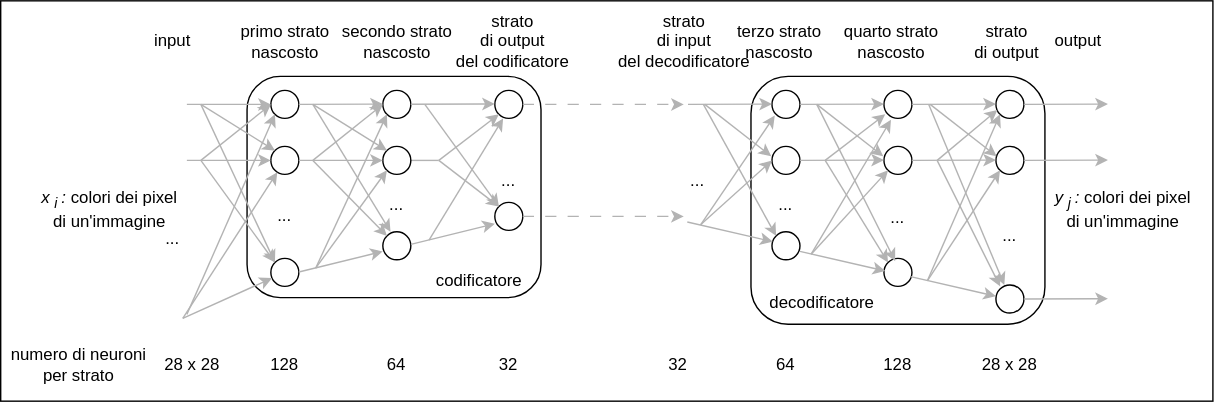
The draw.io diagram chatting/tutorial/autoencoder.drawio.svg in lmari/lmari.github.io, before a commit. Source tidied: cells renumbered, new cells last; positions are measured from the earlier drawing's top-left corner, leaving out a move shared by most shapes.
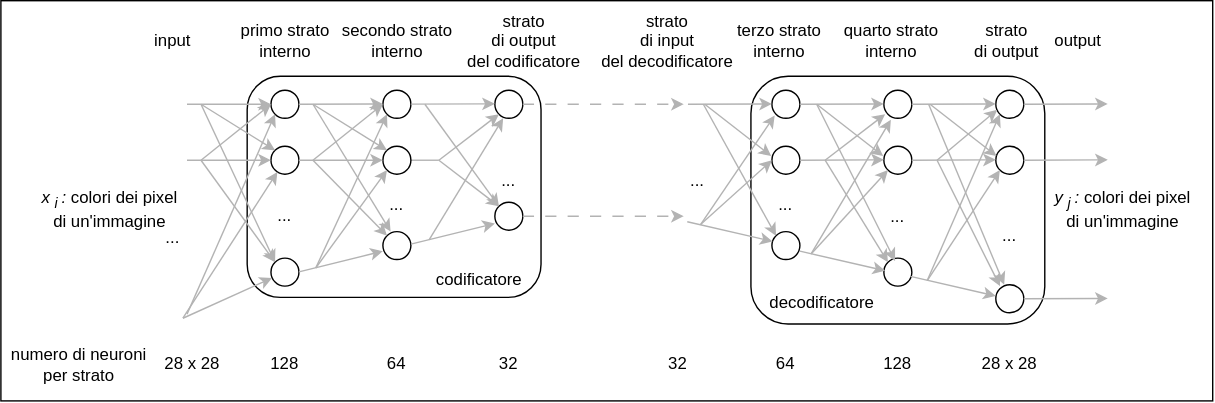
After the change.

What changed in the source:
```diff
@@ -188,14 +188,14 @@
     <mxCell id="46" value="input" style="text;html=1;strokeColor=none;fillColor=none;align=center;verticalAlign=middle;whiteSpace=wrap;rounded=0;" parent="1" vertex="1">
       <mxGeometry x="93" y="14" width="60" height="30" as="geometry" />
     </mxCell>
-    <mxCell id="47" value="primo strato&lt;br&gt;nascosto" style="text;html=1;strokeColor=none;fillColor=none;align=center;verticalAlign=middle;whiteSpace=wrap;rounded=0;" parent="1" vertex="1">
+    <mxCell id="47" value="primo strato&lt;br&gt;interno" style="text;html=1;strokeColor=none;fillColor=none;align=center;verticalAlign=middle;whiteSpace=wrap;rounded=0;" parent="1" vertex="1">
       <mxGeometry x="165.5" y="14" width="75" height="30" as="geometry" />
     </mxCell>
-    <mxCell id="48" value="secondo strato&lt;br&gt;nascosto" style="text;html=1;strokeColor=none;fillColor=none;align=center;verticalAlign=middle;whiteSpace=wrap;rounded=0;" parent="1" vertex="1">
+    <mxCell id="48" value="secondo strato&lt;br&gt;interno" style="text;html=1;strokeColor=none;fillColor=none;align=center;verticalAlign=middle;whiteSpace=wrap;rounded=0;" parent="1" vertex="1">
       <mxGeometry x="240.5" y="14" width="85" height="30" as="geometry" />
     </mxCell>
     <mxCell id="49" value="strato&lt;br&gt;di output&lt;br&gt;del codificatore" style="text;html=1;strokeColor=none;fillColor=none;align=center;verticalAlign=middle;whiteSpace=wrap;rounded=0;" parent="1" vertex="1">
-      <mxGeometry x="324" y="14" width="84" height="30" as="geometry" />
+      <mxGeometry x="332" y="14" width="84" height="30" as="geometry" />
     </mxCell>
     <mxCell id="50" style="endArrow=classic;html=1;strokeColor=#B3B3B3;exitX=1;exitY=0.5;exitDx=0;exitDy=0;entryX=0;entryY=0.5;entryDx=0;entryDy=0;dashed=1;dashPattern=8 8;" parent="1" edge="1" source="36">
       <mxGeometry relative="1" as="geometry">
@@ -426,15 +426,15 @@
       </mxGeometry>
     </mxCell>
     <mxCell id="99" value="strato&lt;br&gt;di input&lt;br&gt;del decodificatore" style="text;html=1;strokeColor=none;fillColor=none;align=center;verticalAlign=middle;whiteSpace=wrap;rounded=0;" parent="1" vertex="1">
-      <mxGeometry x="436" y="14" width="105" height="30" as="geometry" />
+      <mxGeometry x="424" y="14" width="105" height="30" as="geometry" />
     </mxCell>
-    <mxCell id="100" value="terzo strato&lt;br&gt;nascosto" style="text;html=1;strokeColor=none;fillColor=none;align=center;verticalAlign=middle;whiteSpace=wrap;rounded=0;" parent="1" vertex="1">
+    <mxCell id="100" value="terzo strato&lt;br&gt;interno" style="text;html=1;strokeColor=none;fillColor=none;align=center;verticalAlign=middle;whiteSpace=wrap;rounded=0;" parent="1" vertex="1">
       <mxGeometry x="513.5" y="14" width="85" height="30" as="geometry" />
     </mxCell>
     <mxCell id="101" value="strato&lt;br&gt;di output" style="text;html=1;strokeColor=none;fillColor=none;align=center;verticalAlign=middle;whiteSpace=wrap;rounded=0;" parent="1" vertex="1">
       <mxGeometry x="677" y="14" width="84" height="30" as="geometry" />
     </mxCell>
-    <mxCell id="102" value="quarto strato&lt;br&gt;nascosto" style="text;html=1;strokeColor=none;fillColor=none;align=center;verticalAlign=middle;whiteSpace=wrap;rounded=0;" parent="1" vertex="1">
+    <mxCell id="102" value="quarto strato&lt;br&gt;interno" style="text;html=1;strokeColor=none;fillColor=none;align=center;verticalAlign=middle;whiteSpace=wrap;rounded=0;" parent="1" vertex="1">
       <mxGeometry x="593.5" y="14" width="85" height="30" as="geometry" />
     </mxCell>
     <mxCell id="103" value="&lt;i style=&quot;border-color: var(--border-color);&quot;&gt;y&lt;sub&gt;j&lt;/sub&gt; :&amp;nbsp;&lt;/i&gt;colori dei pixel&lt;br&gt;di un'immagine" style="text;html=1;strokeColor=none;fillColor=none;align=center;verticalAlign=middle;whiteSpace=wrap;rounded=0;" parent="1" vertex="1">
```
